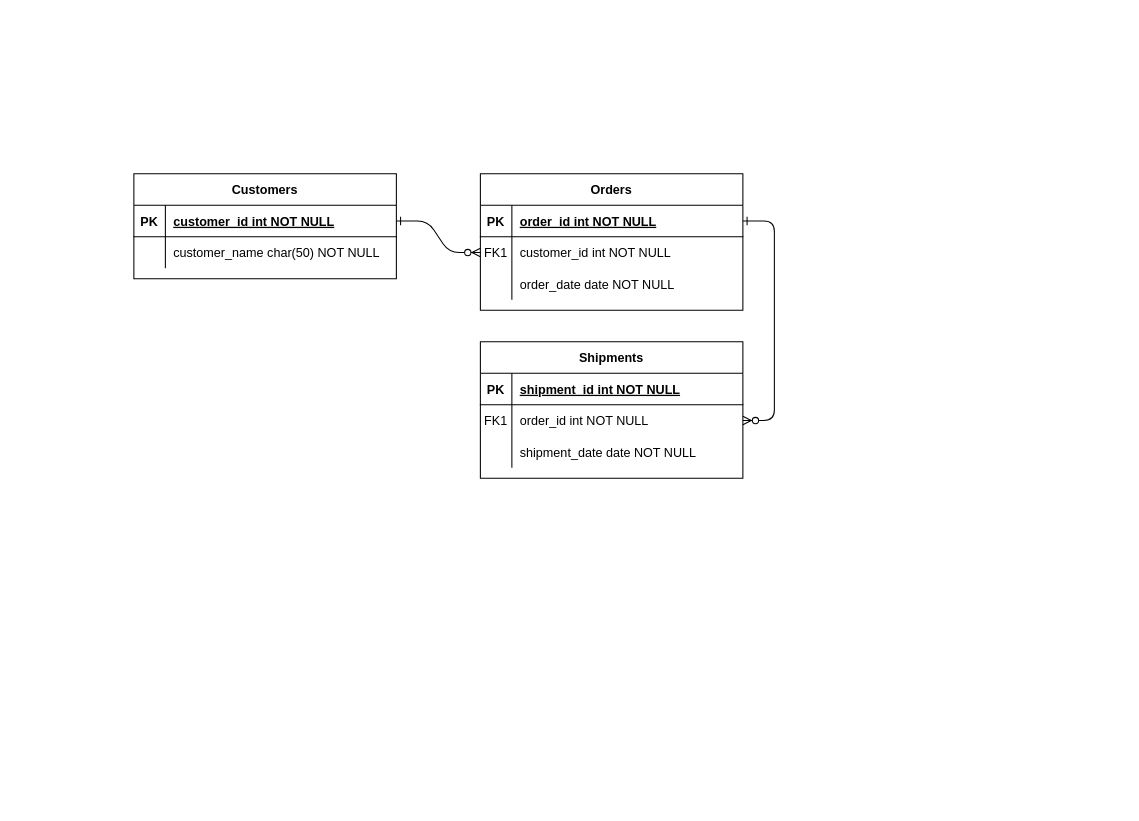
This is Untitled Diagram.drawio from pinkishincoloragain/manageyourhair, a draw.io file, before an edit. Source tidied: cells renumbered, new cells numbered last; positions are measured from the earlier drawing's top-left corner, leaving out a move shared by most shapes. Both pictures are drawn from the tidied source at 105%, with x=0, y=0 at pixel (133, 173).
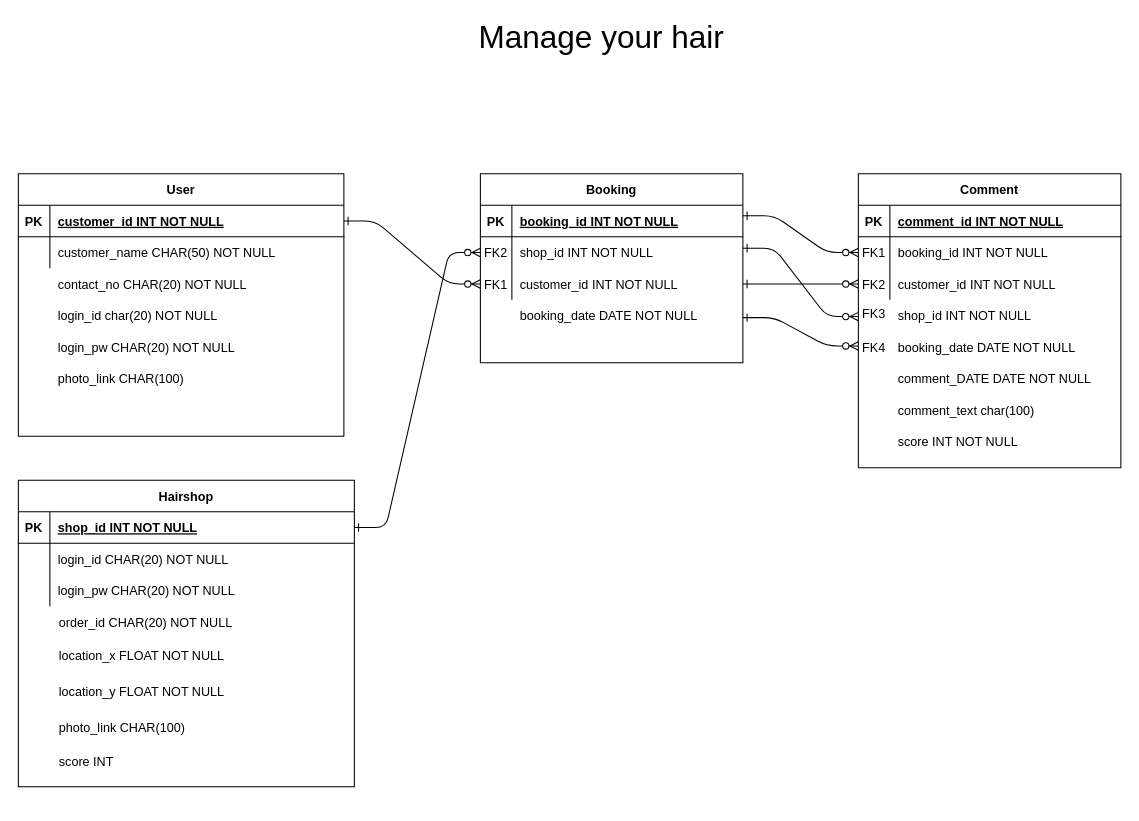
After the change.

Unchanged cells that the change refers to:
```xml
<mxCell id="5" style="shape=partialRectangle;fillColor=none;points=[[0,0.5],[1,0.5]];portConstraint=eastwest;top=0;left=0;right=0;bottom=1;" parent="4" vertex="1">
  <mxGeometry y="30" width="250" height="30" as="geometry" />
</mxCell>
<mxCell id="15" style="shape=partialRectangle;fillColor=none;top=0;left=0;right=0;bottom=1;" parent="14" vertex="1">
  <mxGeometry y="30" width="250" height="30" as="geometry" />
</mxCell>
<mxCell id="18" style="shape=partialRectangle;fillColor=none;points=[[0,0.5],[1,0.5]];portConstraint=eastwest;top=0;left=0;right=0;bottom=0;" parent="14" vertex="1">
  <mxGeometry y="60" width="250" height="30" as="geometry" />
</mxCell>
<mxCell id="21" style="shape=partialRectangle;fillColor=none;points=[[0,0.5],[1,0.5]];portConstraint=eastwest;top=0;left=0;right=0;bottom=0;" parent="14" vertex="1">
  <mxGeometry y="90" width="250" height="30" as="geometry" />
</mxCell>
```

Change to the diagram source:
```diff
@@
-    <mxCell id="2" style="edgeStyle=entityRelationEdgeStyle;endArrow=ERzeroToMany;startArrow=ERone;endFill=1;startFill=0;" parent="1" edge="1" source="25" target="8">
-      <mxGeometry relative="1" as="geometry" />
-    </mxCell>
-    <mxCell id="3" style="edgeStyle=entityRelationEdgeStyle;endArrow=ERzeroToMany;startArrow=ERone;endFill=1;startFill=0;" parent="1" edge="1" source="5" target="18">
-      <mxGeometry relative="1" as="geometry" />
-    </mxCell>
-    <mxCell id="4" value="Orders" style="shape=table;startSize=30;childLayout=tableLayout;rowLines=0;fontStyle=1;align=center;" parent="1" vertex="1">
-      <mxGeometry x="330" width="250" height="130" as="geometry" />
+    <mxCell id="4" value="Booking" style="shape=table;startSize=30;childLayout=tableLayout;rowLines=0;fontStyle=1;align=center;" parent="1" vertex="1">
+      <mxGeometry x="330" width="250" height="180" as="geometry" />
     </mxCell>
@@
-    <mxCell id="7" value="order_id int NOT NULL " style="shape=partialRectangle;overflow=hidden;fillColor=none;top=0;left=0;bottom=0;right=0;align=left;spacingLeft=6;fontStyle=5;" parent="5" vertex="1">
+    <mxCell id="7" value="booking_id INT NOT NULL " style="shape=partialRectangle;overflow=hidden;fillColor=none;top=0;left=0;bottom=0;right=0;align=left;spacingLeft=6;fontStyle=5;" parent="5" vertex="1">
       <mxGeometry x="30" width="220" height="30" as="geometry" />
     </mxCell>
+    <mxCell id="11" style="shape=partialRectangle;fillColor=none;points=[[0,0.5],[1,0.5]];portConstraint=eastwest;top=0;left=0;right=0;bottom=0;" parent="4" vertex="1">
+      <mxGeometry y="60" width="250" height="30" as="geometry" />
+    </mxCell>
+    <mxCell id="12" value="FK2" style="shape=partialRectangle;overflow=hidden;fillColor=none;top=0;left=0;bottom=0;right=0;" parent="11" vertex="1">
+      <mxGeometry width="30" height="30" as="geometry" />
+    </mxCell>
+    <mxCell id="13" value="shop_id INT NOT NULL" style="shape=partialRectangle;overflow=hidden;fillColor=none;top=0;left=0;bottom=0;right=0;align=left;spacingLeft=6;" parent="11" vertex="1">
+      <mxGeometry x="30" width="220" height="30" as="geometry" />
+    </mxCell>
     <mxCell id="8" style="shape=partialRectangle;fillColor=none;points=[[0,0.5],[1,0.5]];portConstraint=eastwest;top=0;left=0;right=0;bottom=0;" parent="4" vertex="1">
-      <mxGeometry y="60" width="250" height="30" as="geometry" />
+      <mxGeometry y="90" width="250" height="30" as="geometry" />
     </mxCell>
@@
-    <mxCell id="10" value="customer_id int NOT NULL" style="shape=partialRectangle;overflow=hidden;fillColor=none;top=0;left=0;bottom=0;right=0;align=left;spacingLeft=6;" parent="8" vertex="1">
+    <mxCell id="10" value="customer_id INT NOT NULL" style="shape=partialRectangle;overflow=hidden;fillColor=none;top=0;left=0;bottom=0;right=0;align=left;spacingLeft=6;" parent="8" vertex="1">
       <mxGeometry x="30" width="220" height="30" as="geometry" />
     </mxCell>
-    <mxCell id="11" style="shape=partialRectangle;fillColor=none;points=[[0,0.5],[1,0.5]];portConstraint=eastwest;top=0;left=0;right=0;bottom=0;" parent="4" vertex="1">
-      <mxGeometry y="90" width="250" height="30" as="geometry" />
-    </mxCell>
-    <mxCell id="12" style="shape=partialRectangle;overflow=hidden;fillColor=none;top=0;left=0;bottom=0;right=0;" parent="11" vertex="1">
-      <mxGeometry width="30" height="30" as="geometry" />
-    </mxCell>
-    <mxCell id="13" value="order_date date NOT NULL" style="shape=partialRectangle;overflow=hidden;fillColor=none;top=0;left=0;bottom=0;right=0;align=left;spacingLeft=6;" parent="11" vertex="1">
-      <mxGeometry x="30" width="220" height="30" as="geometry" />
-    </mxCell>
+    <mxCell id="2" style="edgeStyle=entityRelationEdgeStyle;endArrow=ERzeroToMany;startArrow=ERone;endFill=1;startFill=0;entryX=0;entryY=0.5;entryDx=0;entryDy=0;exitX=1;exitY=0.5;exitDx=0;exitDy=0;" parent="1" edge="1" source="25" target="8">
+      <mxGeometry relative="1" as="geometry" />
+    </mxCell>
+    <mxCell id="31" style="group;" parent="1" vertex="1">
+      <mxGeometry x="-100" y="10" width="310" height="240" as="geometry" />
+    </mxCell>
+    <mxCell id="32" style="shape=partialRectangle;fillColor=none;top=0;left=0;right=0;bottom=0;" parent="31" vertex="1">
+      <mxGeometry y="90" width="310" height="30" as="geometry" />
+    </mxCell>
+    <mxCell id="33" style="shape=partialRectangle;overflow=hidden;fillColor=none;top=0;left=0;bottom=0;right=0;" parent="32" vertex="1">
+      <mxGeometry width="30" height="30" as="geometry" />
+    </mxCell>
+    <mxCell id="34" style="shape=partialRectangle;fillColor=none;top=0;left=0;right=0;bottom=0;" parent="31" vertex="1">
+      <mxGeometry x="-10" y="110" width="310" height="30" as="geometry" />
+    </mxCell>
+    <mxCell id="35" style="shape=partialRectangle;overflow=hidden;fillColor=none;top=0;left=0;bottom=0;right=0;" parent="34" vertex="1">
+      <mxGeometry width="30" height="30" as="geometry" />
+    </mxCell>
+    <mxCell id="36" value="login_id char(20) NOT NULL" style="shape=partialRectangle;overflow=hidden;fillColor=none;top=0;left=0;bottom=0;right=0;align=left;spacingLeft=6;" parent="34" vertex="1">
+      <mxGeometry x="30" width="280" height="30" as="geometry" />
+    </mxCell>
+    <mxCell id="37" style="shape=partialRectangle;fillColor=none;top=0;left=0;right=0;bottom=0;" parent="31" vertex="1">
+      <mxGeometry x="-10" y="140" width="310" height="30" as="geometry" />
+    </mxCell>
+    <mxCell id="38" style="shape=partialRectangle;overflow=hidden;fillColor=none;top=0;left=0;bottom=0;right=0;" parent="37" vertex="1">
+      <mxGeometry width="30" height="30" as="geometry" />
+    </mxCell>
+    <mxCell id="39" value="login_pw CHAR(20) NOT NULL" style="shape=partialRectangle;overflow=hidden;fillColor=none;top=0;left=0;bottom=0;right=0;align=left;spacingLeft=6;" parent="37" vertex="1">
+      <mxGeometry x="30" width="280" height="30" as="geometry" />
+    </mxCell>
+    <mxCell id="40" value="contact_no CHAR(20) NOT NULL" style="shape=partialRectangle;overflow=hidden;fillColor=none;top=0;left=0;bottom=0;right=0;align=left;spacingLeft=6;" parent="31" vertex="1">
+      <mxGeometry x="20" y="80" width="280" height="30" as="geometry" />
+    </mxCell>
+    <mxCell id="41" style="group;" parent="31" vertex="1">
+      <mxGeometry x="-10" y="-10" width="310" height="250" as="geometry" />
+    </mxCell>
+    <mxCell id="24" value="User" style="shape=table;startSize=30;childLayout=tableLayout;rowLines=0;fontStyle=1;align=center;" parent="41" vertex="1">
+      <mxGeometry width="310" height="250" as="geometry" />
+    </mxCell>
+    <mxCell id="25" style="shape=partialRectangle;fillColor=none;points=[[0,0.5],[1,0.5]];portConstraint=eastwest;top=0;left=0;right=0;bottom=1;" parent="24" vertex="1">
+      <mxGeometry y="30" width="310" height="30" as="geometry" />
+    </mxCell>
+    <mxCell id="26" value="PK" style="shape=partialRectangle;overflow=hidden;fillColor=none;top=0;left=0;bottom=0;right=0;fontStyle=1;" parent="25" vertex="1">
+      <mxGeometry width="30" height="30" as="geometry" />
+    </mxCell>
+    <mxCell id="27" value="customer_id INT NOT NULL " style="shape=partialRectangle;overflow=hidden;fillColor=none;top=0;left=0;bottom=0;right=0;align=left;spacingLeft=6;fontStyle=5;" parent="25" vertex="1">
+      <mxGeometry x="30" width="280" height="30" as="geometry" />
+    </mxCell>
+    <mxCell id="28" style="shape=partialRectangle;fillColor=none;top=0;left=0;right=0;bottom=0;" parent="24" vertex="1">
+      <mxGeometry y="60" width="310" height="30" as="geometry" />
+    </mxCell>
+    <mxCell id="29" style="shape=partialRectangle;overflow=hidden;fillColor=none;top=0;left=0;bottom=0;right=0;" parent="28" vertex="1">
+      <mxGeometry width="30" height="30" as="geometry" />
+    </mxCell>
+    <mxCell id="30" value="customer_name CHAR(50) NOT NULL" style="shape=partialRectangle;overflow=hidden;fillColor=none;top=0;left=0;bottom=0;right=0;align=left;spacingLeft=6;" parent="28" vertex="1">
+      <mxGeometry x="30" width="280" height="30" as="geometry" />
+    </mxCell>
+    <mxCell id="42" style="shape=partialRectangle;fillColor=none;top=0;left=0;right=0;bottom=0;" parent="41" vertex="1">
+      <mxGeometry y="180" width="310" height="30" as="geometry" />
+    </mxCell>
+    <mxCell id="43" style="shape=partialRectangle;overflow=hidden;fillColor=none;top=0;left=0;bottom=0;right=0;" parent="42" vertex="1">
+      <mxGeometry width="30" height="30" as="geometry" />
+    </mxCell>
+    <mxCell id="44" value="photo_link CHAR(100)" style="shape=partialRectangle;overflow=hidden;fillColor=none;top=0;left=0;bottom=0;right=0;align=left;spacingLeft=6;" parent="42" vertex="1">
+      <mxGeometry x="30" width="280" height="30" as="geometry" />
+    </mxCell>
+    <mxCell id="45" value="booking_date DATE NOT NULL" style="shape=partialRectangle;overflow=hidden;fillColor=none;top=0;left=0;bottom=0;right=0;align=left;spacingLeft=6;" parent="1" vertex="1">
+      <mxGeometry x="360" y="120" width="220" height="30" as="geometry" />
+    </mxCell>
+    <mxCell id="46" style="edgeStyle=entityRelationEdgeStyle;endArrow=ERzeroToMany;startArrow=ERone;endFill=1;startFill=0;exitX=1;exitY=0.5;exitDx=0;exitDy=0;entryX=0;entryY=0.5;entryDx=0;entryDy=0;" parent="1" edge="1" source="51" target="11">
+      <mxGeometry relative="1" as="geometry" />
+    </mxCell>
+    <mxCell id="47" style="shape=partialRectangle;overflow=hidden;fillColor=none;top=0;left=0;bottom=0;right=0;" parent="1" vertex="1">
+      <mxGeometry x="330" y="120" width="30" height="30" as="geometry" />
+    </mxCell>
+    <mxCell id="48" style="group;" parent="1" vertex="1">
+      <mxGeometry x="-110" y="200" width="320" height="400" as="geometry" />
+    </mxCell>
+    <mxCell id="49" style="group;" parent="48" vertex="1">
+      <mxGeometry y="108.1" width="320" height="291.9" as="geometry" />
+    </mxCell>
+    <mxCell id="50" value="Hairshop" style="shape=table;startSize=30;childLayout=tableLayout;rowLines=0;fontStyle=1;align=center;" parent="49" vertex="1">
+      <mxGeometry y="-16.2" width="320" height="291.9" as="geometry" />
+    </mxCell>
+    <mxCell id="51" style="shape=partialRectangle;fillColor=none;points=[[0,0.5],[1,0.5]];portConstraint=eastwest;top=0;left=0;right=0;bottom=1;" parent="50" vertex="1">
+      <mxGeometry y="30" width="320" height="30" as="geometry" />
+    </mxCell>
+    <mxCell id="52" value="PK" style="shape=partialRectangle;overflow=hidden;fillColor=none;top=0;left=0;bottom=0;right=0;fontStyle=1;" parent="51" vertex="1">
+      <mxGeometry width="30" height="30" as="geometry" />
+    </mxCell>
+    <mxCell id="53" value="shop_id INT NOT NULL " style="shape=partialRectangle;overflow=hidden;fillColor=none;top=0;left=0;bottom=0;right=0;align=left;spacingLeft=6;fontStyle=5;" parent="51" vertex="1">
+      <mxGeometry x="30" width="290" height="30" as="geometry" />
+    </mxCell>
+    <mxCell id="54" style="shape=partialRectangle;fillColor=none;top=0;left=0;right=0;bottom=0;" parent="50" vertex="1">
+      <mxGeometry y="60" width="320" height="30" as="geometry" />
+    </mxCell>
+    <mxCell id="55" style="shape=partialRectangle;overflow=hidden;fillColor=none;top=0;left=0;bottom=0;right=0;" parent="54" vertex="1">
+      <mxGeometry width="30" height="30" as="geometry" />
+    </mxCell>
+    <mxCell id="56" value="login_id CHAR(20) NOT NULL" style="shape=partialRectangle;overflow=hidden;fillColor=none;top=0;left=0;bottom=0;right=0;align=left;spacingLeft=6;" parent="54" vertex="1">
+      <mxGeometry x="30" width="290" height="30" as="geometry" />
+    </mxCell>
+    <mxCell id="57" style="shape=partialRectangle;fillColor=none;top=0;left=0;right=0;bottom=0;" parent="50" vertex="1">
+      <mxGeometry y="90" width="320" height="30" as="geometry" />
+    </mxCell>
+    <mxCell id="58" style="shape=partialRectangle;overflow=hidden;fillColor=none;top=0;left=0;bottom=0;right=0;" parent="57" vertex="1">
+      <mxGeometry width="30" height="30" as="geometry" />
+    </mxCell>
+    <mxCell id="59" value="login_pw CHAR(20) NOT NULL" style="shape=partialRectangle;overflow=hidden;fillColor=none;top=0;left=0;bottom=0;right=0;align=left;spacingLeft=6;" parent="57" vertex="1">
+      <mxGeometry x="30" width="290" height="30" as="geometry" />
+    </mxCell>
+    <mxCell id="60" style="shape=partialRectangle;fillColor=none;top=0;left=0;right=0;bottom=0;" parent="49" vertex="1">
+      <mxGeometry y="94.6" width="320" height="48.6" as="geometry" />
+    </mxCell>
+    <mxCell id="61" style="shape=partialRectangle;overflow=hidden;fillColor=none;top=0;left=0;bottom=0;right=0;" parent="60" vertex="1">
+      <mxGeometry width="31" height="48.6" as="geometry" />
+    </mxCell>
+    <mxCell id="62" value="order_id CHAR(20) NOT NULL" style="shape=partialRectangle;overflow=hidden;fillColor=none;top=0;left=0;bottom=0;right=0;align=left;spacingLeft=6;" parent="60" vertex="1">
+      <mxGeometry x="31" width="289" height="48.6" as="geometry" />
+    </mxCell>
+    <mxCell id="63" style="shape=partialRectangle;fillColor=none;top=0;left=0;right=0;bottom=0;" parent="49" vertex="1">
+      <mxGeometry y="160" width="320" height="48.6" as="geometry" />
+    </mxCell>
+    <mxCell id="64" style="shape=partialRectangle;overflow=hidden;fillColor=none;top=0;left=0;bottom=0;right=0;" parent="63" vertex="1">
+      <mxGeometry width="31" height="48.6" as="geometry" />
+    </mxCell>
+    <mxCell id="65" value="location_y FLOAT NOT NULL" style="shape=partialRectangle;overflow=hidden;fillColor=none;top=0;left=0;bottom=0;right=0;align=left;spacingLeft=6;" parent="63" vertex="1">
+      <mxGeometry x="31" width="289" height="48.6" as="geometry" />
+    </mxCell>
+    <mxCell id="66" style="shape=partialRectangle;fillColor=none;top=0;left=0;right=0;bottom=0;" parent="49" vertex="1">
+      <mxGeometry y="126.5" width="320" height="48.6" as="geometry" />
+    </mxCell>
+    <mxCell id="67" style="shape=partialRectangle;overflow=hidden;fillColor=none;top=0;left=0;bottom=0;right=0;" parent="66" vertex="1">
+      <mxGeometry width="31" height="48.6" as="geometry" />
+    </mxCell>
+    <mxCell id="68" value="location_x FLOAT NOT NULL" style="shape=partialRectangle;overflow=hidden;fillColor=none;top=0;left=0;bottom=0;right=0;align=left;spacingLeft=6;" parent="66" vertex="1">
+      <mxGeometry x="31" width="289" height="48.6" as="geometry" />
+    </mxCell>
+    <mxCell id="69" style="shape=partialRectangle;fillColor=none;top=0;left=0;right=0;bottom=0;" parent="49" vertex="1">
+      <mxGeometry y="194.6" width="320" height="48.6" as="geometry" />
+    </mxCell>
+    <mxCell id="70" style="shape=partialRectangle;overflow=hidden;fillColor=none;top=0;left=0;bottom=0;right=0;" parent="69" vertex="1">
+      <mxGeometry width="31" height="48.6" as="geometry" />
+    </mxCell>
+    <mxCell id="71" value="photo_link CHAR(100)" style="shape=partialRectangle;overflow=hidden;fillColor=none;top=0;left=0;bottom=0;right=0;align=left;spacingLeft=6;" parent="69" vertex="1">
+      <mxGeometry x="31" width="289" height="48.6" as="geometry" />
+    </mxCell>
+    <mxCell id="72" style="shape=partialRectangle;fillColor=none;top=0;left=0;right=0;bottom=0;" parent="49" vertex="1">
+      <mxGeometry y="227" width="320" height="48.6" as="geometry" />
+    </mxCell>
+    <mxCell id="73" style="shape=partialRectangle;overflow=hidden;fillColor=none;top=0;left=0;bottom=0;right=0;" parent="72" vertex="1">
+      <mxGeometry width="31" height="48.6" as="geometry" />
+    </mxCell>
+    <mxCell id="74" value="score INT" style="shape=partialRectangle;overflow=hidden;fillColor=none;top=0;left=0;bottom=0;right=0;align=left;spacingLeft=6;" parent="72" vertex="1">
+      <mxGeometry x="31" width="289" height="48.6" as="geometry" />
+    </mxCell>
+    <mxCell id="75" style="group;" parent="1" vertex="1">
+      <mxGeometry x="690" width="250" height="280" as="geometry" />
+    </mxCell>
-    <mxCell id="14" value="Shipments" style="shape=table;startSize=30;childLayout=tableLayout;rowLines=0;fontStyle=1;align=center;" parent="1" vertex="1">
-      <mxGeometry x="330" y="160" width="250" height="130" as="geometry" />
+    <mxCell id="14" value="Comment" style="shape=table;startSize=30;childLayout=tableLayout;rowLines=0;fontStyle=1;align=center;" parent="75" vertex="1">
+      <mxGeometry width="250" height="280" as="geometry" />
     </mxCell>
@@
-    <mxCell id="17" value="shipment_id int NOT NULL " style="shape=partialRectangle;overflow=hidden;fillColor=none;top=0;left=0;bottom=0;right=0;align=left;spacingLeft=6;fontStyle=5;" parent="15" vertex="1">
+    <mxCell id="17" value="comment_id INT NOT NULL " style="shape=partialRectangle;overflow=hidden;fillColor=none;top=0;left=0;bottom=0;right=0;align=left;spacingLeft=6;fontStyle=5;" parent="15" vertex="1">
       <mxGeometry x="30" width="220" height="30" as="geometry" />
     </mxCell>
@@
-    <mxCell id="20" value="order_id int NOT NULL" style="shape=partialRectangle;overflow=hidden;fillColor=none;top=0;left=0;bottom=0;right=0;align=left;spacingLeft=6;" parent="18" vertex="1">
+    <mxCell id="20" value="booking_id INT NOT NULL" style="shape=partialRectangle;overflow=hidden;fillColor=none;top=0;left=0;bottom=0;right=0;align=left;spacingLeft=6;" parent="18" vertex="1">
       <mxGeometry x="30" width="220" height="30" as="geometry" />
     </mxCell>
@@
-    <mxCell id="22" style="shape=partialRectangle;overflow=hidden;fillColor=none;top=0;left=0;bottom=0;right=0;" parent="21" vertex="1">
+    <mxCell id="22" value="FK2" style="shape=partialRectangle;overflow=hidden;fillColor=none;top=0;left=0;bottom=0;right=0;" parent="21" vertex="1">
       <mxGeometry width="30" height="30" as="geometry" />
     </mxCell>
-    <mxCell id="23" value="shipment_date date NOT NULL" style="shape=partialRectangle;overflow=hidden;fillColor=none;top=0;left=0;bottom=0;right=0;align=left;spacingLeft=6;" parent="21" vertex="1">
+    <mxCell id="23" value="customer_id INT NOT NULL" style="shape=partialRectangle;overflow=hidden;fillColor=none;top=0;left=0;bottom=0;right=0;align=left;spacingLeft=6;" parent="21" vertex="1">
       <mxGeometry x="30" width="220" height="30" as="geometry" />
     </mxCell>
-    <mxCell id="24" value="Customers" style="shape=table;startSize=30;childLayout=tableLayout;rowLines=0;fontStyle=1;align=center;" parent="1" vertex="1">
-      <mxGeometry width="250" height="100" as="geometry" />
-    </mxCell>
-    <mxCell id="25" style="shape=partialRectangle;fillColor=none;points=[[0,0.5],[1,0.5]];portConstraint=eastwest;top=0;left=0;right=0;bottom=1;" parent="24" vertex="1">
-      <mxGeometry y="30" width="250" height="30" as="geometry" />
-    </mxCell>
-    <mxCell id="26" value="PK" style="shape=partialRectangle;overflow=hidden;fillColor=none;top=0;left=0;bottom=0;right=0;fontStyle=1;" parent="25" vertex="1">
-      <mxGeometry width="30" height="30" as="geometry" />
-    </mxCell>
-    <mxCell id="27" value="customer_id int NOT NULL " style="shape=partialRectangle;overflow=hidden;fillColor=none;top=0;left=0;bottom=0;right=0;align=left;spacingLeft=6;fontStyle=5;" parent="25" vertex="1">
-      <mxGeometry x="30" width="220" height="30" as="geometry" />
-    </mxCell>
-    <mxCell id="28" style="shape=partialRectangle;fillColor=none;top=0;left=0;right=0;bottom=0;" parent="24" vertex="1">
-      <mxGeometry y="60" width="250" height="30" as="geometry" />
-    </mxCell>
-    <mxCell id="29" style="shape=partialRectangle;overflow=hidden;fillColor=none;top=0;left=0;bottom=0;right=0;" parent="28" vertex="1">
-      <mxGeometry width="30" height="30" as="geometry" />
-    </mxCell>
-    <mxCell id="30" value="customer_name char(50) NOT NULL" style="shape=partialRectangle;overflow=hidden;fillColor=none;top=0;left=0;bottom=0;right=0;align=left;spacingLeft=6;" parent="28" vertex="1">
-      <mxGeometry x="30" width="220" height="30" as="geometry" />
-    </mxCell>
+    <mxCell id="76" value="shop_id INT NOT NULL" style="shape=partialRectangle;overflow=hidden;fillColor=none;top=0;left=0;bottom=0;right=0;align=left;spacingLeft=6;" parent="75" vertex="1">
+      <mxGeometry x="30" y="120" width="220" height="30" as="geometry" />
+    </mxCell>
+    <mxCell id="77" value="FK3" style="shape=partialRectangle;overflow=hidden;fillColor=none;top=0;left=0;bottom=0;right=0;" parent="75" vertex="1">
+      <mxGeometry y="118" width="30" height="30" as="geometry" />
+    </mxCell>
+    <mxCell id="78" value="comment_DATE DATE NOT NULL" style="shape=partialRectangle;overflow=hidden;fillColor=none;top=0;left=0;bottom=0;right=0;align=left;spacingLeft=6;" parent="75" vertex="1">
+      <mxGeometry x="30" y="180" width="220" height="30" as="geometry" />
+    </mxCell>
+    <mxCell id="79" value="comment_text char(100)" style="shape=partialRectangle;overflow=hidden;fillColor=none;top=0;left=0;bottom=0;right=0;align=left;spacingLeft=6;" parent="75" vertex="1">
+      <mxGeometry x="30" y="210" width="220" height="30" as="geometry" />
+    </mxCell>
+    <mxCell id="80" value="booking_date DATE NOT NULL" style="shape=partialRectangle;overflow=hidden;fillColor=none;top=0;left=0;bottom=0;right=0;align=left;spacingLeft=6;" parent="75" vertex="1">
+      <mxGeometry x="30" y="150" width="220" height="30" as="geometry" />
+    </mxCell>
+    <mxCell id="81" value="FK4" style="shape=partialRectangle;overflow=hidden;fillColor=none;top=0;left=0;bottom=0;right=0;" parent="75" vertex="1">
+      <mxGeometry y="150" width="30" height="30" as="geometry" />
+    </mxCell>
+    <mxCell id="82" value="score INT NOT NULL" style="shape=partialRectangle;overflow=hidden;fillColor=none;top=0;left=0;bottom=0;right=0;align=left;spacingLeft=6;" parent="75" vertex="1">
+      <mxGeometry x="30" y="240" width="220" height="30" as="geometry" />
+    </mxCell>
+    <mxCell id="83" style="edgeStyle=entityRelationEdgeStyle;endArrow=ERzeroToMany;startArrow=ERone;endFill=1;startFill=0;entryX=0;entryY=0.5;entryDx=0;entryDy=0;exitX=1;exitY=0.5;exitDx=0;exitDy=0;" parent="1" edge="1" target="18">
+      <mxGeometry relative="1" as="geometry">
+        <mxPoint x="580" y="40" as="sourcePoint" />
+      </mxGeometry>
+    </mxCell>
+    <mxCell id="84" style="edgeStyle=entityRelationEdgeStyle;endArrow=ERzeroToMany;startArrow=ERone;endFill=1;startFill=0;exitX=1;exitY=0.5;exitDx=0;exitDy=0;" parent="1" edge="1">
+      <mxGeometry relative="1" as="geometry">
+        <mxPoint x="580" y="71" as="sourcePoint" />
+        <mxPoint x="690" y="136" as="targetPoint" />
+      </mxGeometry>
+    </mxCell>
+    <mxCell id="85" style="edgeStyle=entityRelationEdgeStyle;endArrow=ERzeroToMany;startArrow=ERone;endFill=1;startFill=0;" parent="1" edge="1">
+      <mxGeometry relative="1" as="geometry">
+        <mxPoint x="580" y="137" as="sourcePoint" />
+        <mxPoint x="690" y="164" as="targetPoint" />
+      </mxGeometry>
+    </mxCell>
+    <mxCell id="86" style="edgeStyle=entityRelationEdgeStyle;endArrow=ERzeroToMany;startArrow=ERone;endFill=1;startFill=0;exitX=1;exitY=0.5;exitDx=0;exitDy=0;entryX=0;entryY=0.5;entryDx=0;entryDy=0;" parent="1" edge="1" source="8" target="21">
+      <mxGeometry relative="1" as="geometry" />
+    </mxCell>
+    <mxCell id="87" value="&lt;font style=&quot;font-size: 30px&quot;&gt;Manage your hair&lt;/font&gt;" style="text;html=1;align=center;verticalAlign=middle;strokeColor=none;fillColor=none;" parent="1" vertex="1">
+      <mxGeometry x="320" y="-145" width="250" height="30" as="geometry" />
+    </mxCell>
```
